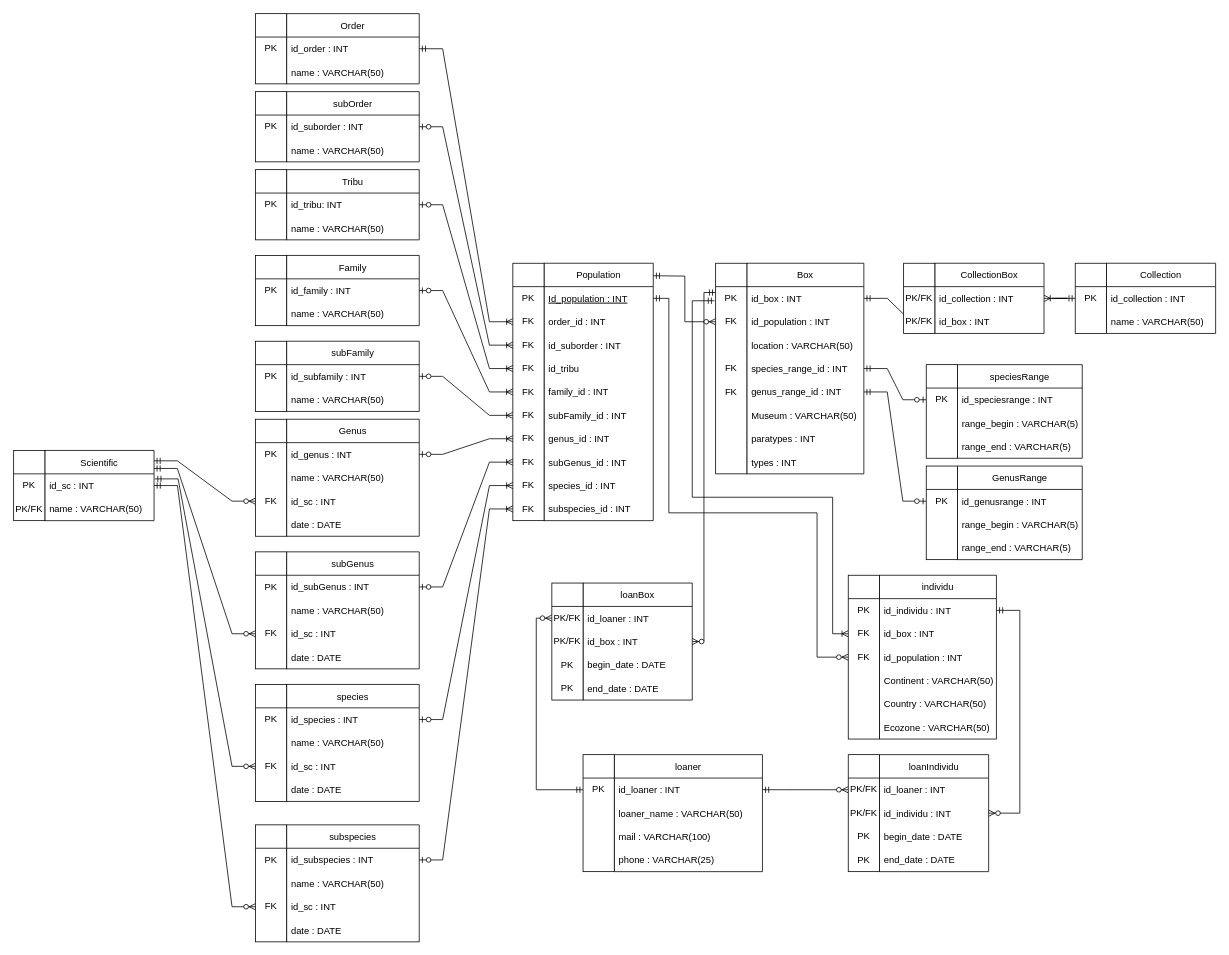
This is page "Physical" (1 of 3) of Diagramme/physical.drawio from Simon13411/Memoire, a draw.io file, before an edit. Source tidied: cells renumbered, new cells numbered last; positions are measured from the earlier drawing's top-left corner, leaving out a move shared by most shapes. Both pictures are drawn from the tidied source at 78%, with x=0, y=0 at pixel (13, 13).
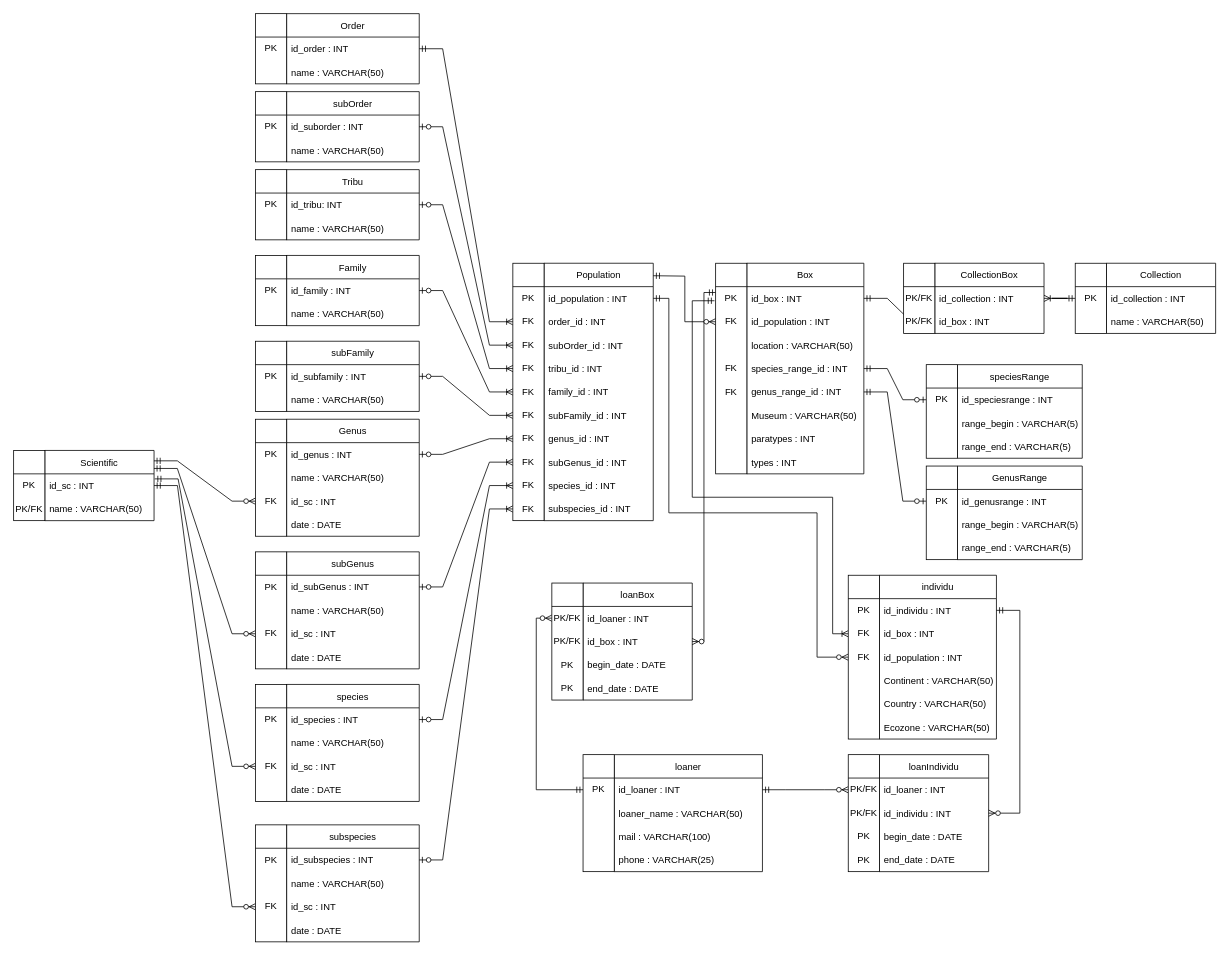
The same page after the edit.

Commit message:
Modification des diagrammes tout dans le même fichier

The change refers to these unchanged cells:
```xml
<mxCell id="2" value="Population" style="swimlane;fontStyle=0;horizontal=1;startSize=30;" parent="1" vertex="1">
  <mxGeometry x="680" y="320" width="140" height="330" as="geometry" />
</mxCell>
```

What changed in the source:
```diff
@@
-    <mxCell id="3" value="Id_population : INT" style="text;strokeColor=none;fillColor=none;align=left;verticalAlign=middle;spacingLeft=4;spacingRight=4;overflow=hidden;points=[[0,0.5],[1,0.5]];portConstraint=eastwest;fontStyle=4;" parent="2" vertex="1">
+    <mxCell id="3" value="id_population : INT" style="text;strokeColor=none;fillColor=none;align=left;verticalAlign=middle;spacingLeft=4;spacingRight=4;overflow=hidden;points=[[0,0.5],[1,0.5]];portConstraint=eastwest;fontStyle=0;" parent="2" vertex="1">
       <mxGeometry y="30" width="140" height="30" as="geometry" />
     </mxCell>
@@
-    <mxCell id="5" value="id_suborder : INT" style="text;strokeColor=none;fillColor=none;align=left;verticalAlign=middle;spacingLeft=4;spacingRight=4;overflow=hidden;" parent="2" vertex="1">
+    <mxCell id="5" value="subOrder_id : INT" style="text;strokeColor=none;fillColor=none;align=left;verticalAlign=middle;spacingLeft=4;spacingRight=4;overflow=hidden;" parent="2" vertex="1">
       <mxGeometry y="90" width="140" height="30" as="geometry" />
     </mxCell>
-    <mxCell id="6" value="id_tribu" style="text;strokeColor=none;fillColor=none;align=left;verticalAlign=middle;spacingLeft=4;spacingRight=4;overflow=hidden;" parent="2" vertex="1">
+    <mxCell id="6" value="tribu_id : INT" style="text;strokeColor=none;fillColor=none;align=left;verticalAlign=middle;spacingLeft=4;spacingRight=4;overflow=hidden;" parent="2" vertex="1">
       <mxGeometry y="120" width="140" height="30" as="geometry" />
     </mxCell>
```
